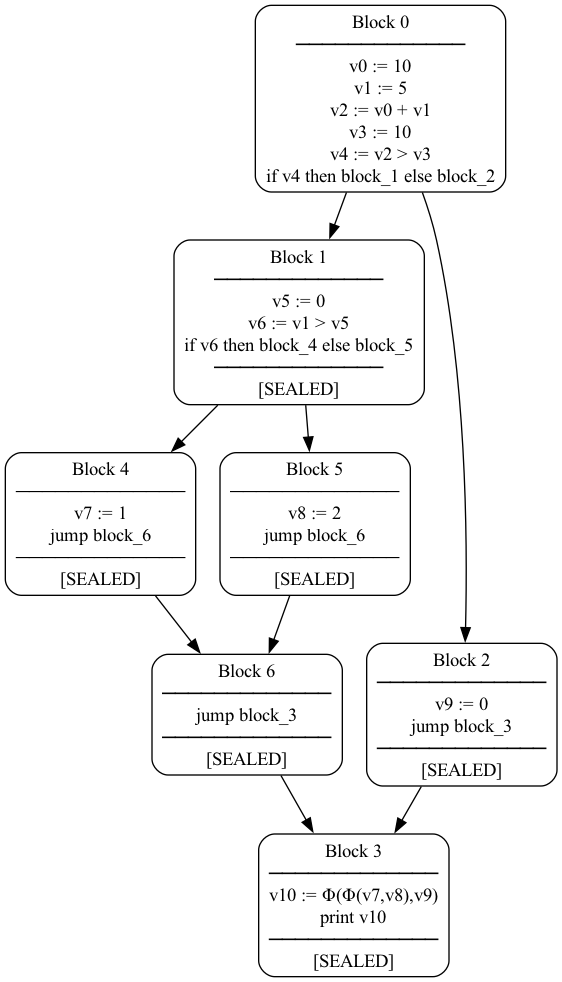
The Graphviz diagram rust/ssa-test/ssa_graph.png in jimmyhmiller/PlayGround, before a commit. Its source is kept beside it as rust/ssa-test/ssa_graph.dot. Its diagram source:
```dot
digraph SSA {
    rankdir=TB;
    node [shape=box, style=rounded];

    block_0 [label="Block 0\n─────────────\nv0 := 10\nv1 := 5\nv2 := v0 + v1\nv3 := 10\nv4 := v2 > v3\nif v4 then block_1 else block_2\n"];
    block_1 [label="Block 1\n─────────────\nv5 := 0\nv6 := v1 > v5\nif v6 then block_4 else block_5\n─────────────\n[SEALED]\n"];
    block_2 [label="Block 2\n─────────────\nv9 := 0\njump block_3\n─────────────\n[SEALED]\n"];
    block_3 [label="Block 3\n─────────────\nv10 := Φ(Φ(v7,v8),v9)\nprint v10\n─────────────\n[SEALED]\n"];
    block_4 [label="Block 4\n─────────────\nv7 := 1\njump block_6\n─────────────\n[SEALED]\n"];
    block_5 [label="Block 5\n─────────────\nv8 := 2\njump block_6\n─────────────\n[SEALED]\n"];
    block_6 [label="Block 6\n─────────────\njump block_3\n─────────────\n[SEALED]\n"];
    block_0 -> block_1;
    block_0 -> block_2;
    block_6 -> block_3;
    block_2 -> block_3;
    block_1 -> block_4;
    block_1 -> block_5;
    block_4 -> block_6;
    block_5 -> block_6;
}
```
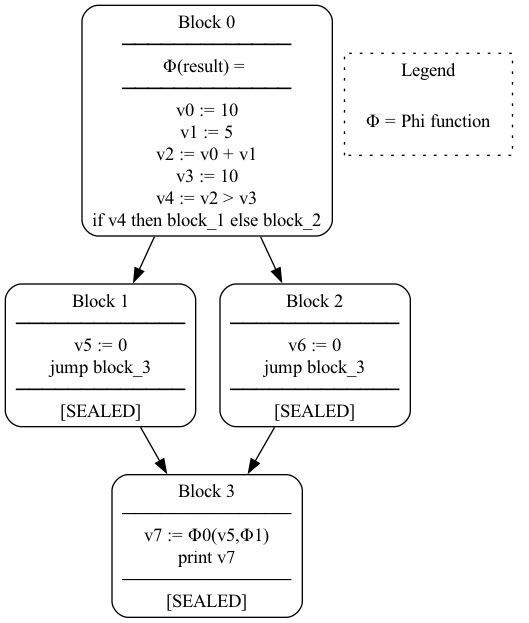
Above is the later version.

The edit, as a diff of the source:
```diff
@@ -2,19 +2,18 @@
     rankdir=TB;
     node [shape=box, style=rounded];
 
-    block_0 [label="Block 0\n─────────────\nv0 := 10\nv1 := 5\nv2 := v0 + v1\nv3 := 10\nv4 := v2 > v3\nif v4 then block_1 else block_2\n"];
-    block_1 [label="Block 1\n─────────────\nv5 := 0\nv6 := v1 > v5\nif v6 then block_4 else block_5\n─────────────\n[SEALED]\n"];
-    block_2 [label="Block 2\n─────────────\nv9 := 0\njump block_3\n─────────────\n[SEALED]\n"];
-    block_3 [label="Block 3\n─────────────\nv10 := Φ(Φ(v7,v8),v9)\nprint v10\n─────────────\n[SEALED]\n"];
-    block_4 [label="Block 4\n─────────────\nv7 := 1\njump block_6\n─────────────\n[SEALED]\n"];
-    block_5 [label="Block 5\n─────────────\nv8 := 2\njump block_6\n─────────────\n[SEALED]\n"];
-    block_6 [label="Block 6\n─────────────\njump block_3\n─────────────\n[SEALED]\n"];
+    block_0 [label="Block 0\n─────────────\nΦ(result) = \n─────────────\nv0 := 10\nv1 := 5\nv2 := v0 + v1\nv3 := 10\nv4 := v2 > v3\nif v4 then block_1 else block_2\n"];
+    block_1 [label="Block 1\n─────────────\nv5 := 0\njump block_3\n─────────────\n[SEALED]\n"];
+    block_2 [label="Block 2\n─────────────\nv6 := 0\njump block_3\n─────────────\n[SEALED]\n"];
+    block_3 [label="Block 3\n─────────────\nv7 := Φ0(v5,Φ1)\nprint v7\n─────────────\n[SEALED]\n"];
     block_0 -> block_1;
     block_0 -> block_2;
-    block_6 -> block_3;
+    block_1 -> block_3;
     block_2 -> block_3;
-    block_1 -> block_4;
-    block_1 -> block_5;
-    block_4 -> block_6;
-    block_5 -> block_6;
+
+    subgraph cluster_legend {
+        label="Legend";
+        style=dotted;
+        "Φ = Phi function" [shape=plaintext];
+    }
 }
```
